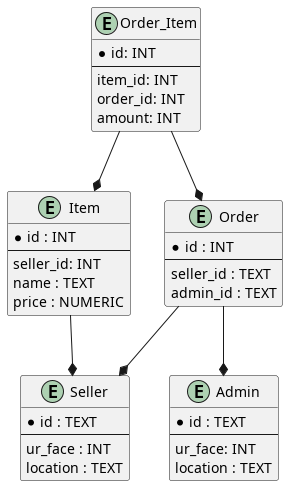
Before: uml-диаграммы/out/Схема_базы_данных/Диаграмма базы данных.png, a diagram exported from PlantUML (BombasticFantastik/PIS_Course_work). Source of this version:
```plantuml
@startuml Диаграмма базы данных

entity Item {
  * id : INT
  --
  seller_id: INT
  name : TEXT
  price : NUMERIC
}

entity Order {
  * id : INT
  --
  seller_id : TEXT
  admin_id : TEXT
}

entity Seller {
  * id : TEXT
  --
  ur_face : INT
  location : TEXT
}

entity Admin {
  * id : TEXT
  --
  ur_face: INT
  location : TEXT
}

entity Order_Item {
  * id: INT
  --
  item_id: INT
  order_id: INT
  amount: INT
}

Item --* Seller

Order --* Seller
Order --* Admin

Order_Item --* Item
Order_Item --* Order

@enduml
```
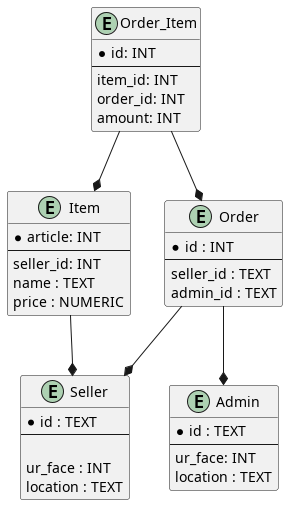
Above is the later version.

The edit, as a diff of the source:
```diff
@@ -1,7 +1,7 @@
 @startuml Диаграмма базы данных
 
 entity Item {
-  * id : INT
+  * article: INT
   --
   seller_id: INT
   name : TEXT
@@ -18,6 +18,7 @@
 entity Seller {
   * id : TEXT
   --
+
   ur_face : INT
   location : TEXT
 }
```
